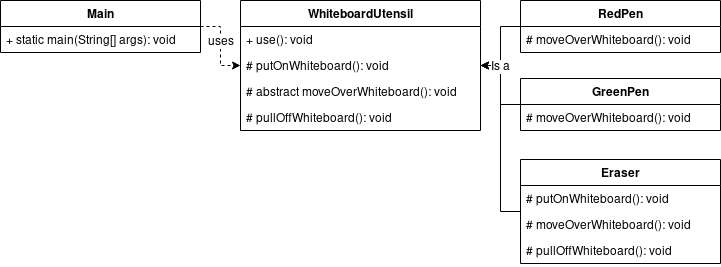
This is TemplateMethodDesignPattern/ClassDiagram.png from Daniel-I-Am/design-patterns-java, a draw.io export, as it was before one commit. Source tidied: cells renumbered, new cells last; positions are measured from the earlier drawing's top-left corner, leaving out a move shared by most shapes.
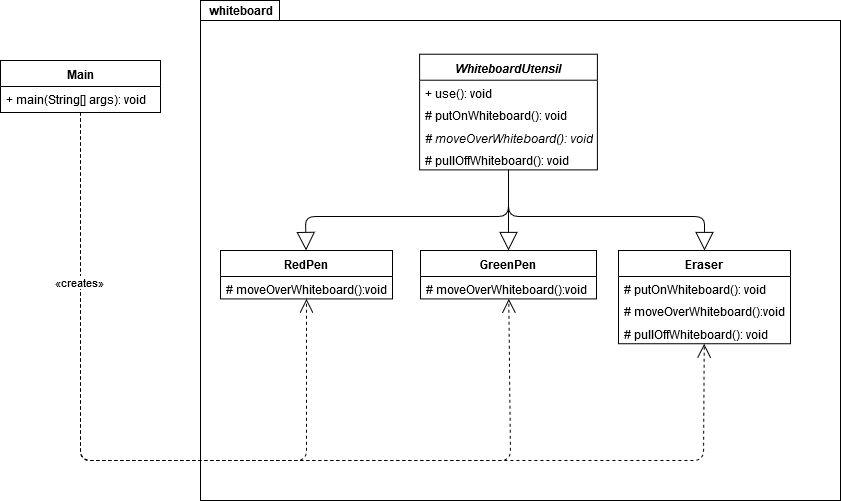
The same file after the commit.

Commit message:
Update Template Method UML

The edit, as a diff of the source:
```diff
@@ -2,77 +2,102 @@
   <root>
     <mxCell id="0" />
     <mxCell id="1" parent="0" />
-    <mxCell id="2" style="edgeStyle=orthogonalEdgeStyle;rounded=0;jettySize=auto;html=1;dashed=1;" parent="1" edge="1" source="4" target="6">
-      <mxGeometry relative="1" as="geometry" />
-    </mxCell>
-    <mxCell id="3" value="uses" style="text;html=1;align=center;verticalAlign=middle;labelBackgroundColor=#ffffff;" parent="2" vertex="1">
-      <mxGeometry x="-0.49" y="-6" relative="1" as="geometry">
-        <mxPoint x="6" y="14" as="offset" />
-      </mxGeometry>
-    </mxCell>
-    <mxCell id="4" value="Main" style="swimlane;fontStyle=1;horizontal=1;startSize=26;fillColor=none;" parent="1" vertex="1">
-      <mxGeometry width="200" height="52" as="geometry" />
-    </mxCell>
-    <mxCell id="5" value="+ static main(String[] args): void" style="text;strokeColor=none;fillColor=none;align=left;verticalAlign=top;spacingLeft=4;spacingRight=4;overflow=hidden;" parent="4" vertex="1">
-      <mxGeometry y="26" width="200" height="26" as="geometry" />
-    </mxCell>
+    <mxCell id="23" style="group;" parent="1" vertex="1">
+      <mxGeometry x="200" y="-60" width="640" height="500" as="geometry" />
+    </mxCell>
+    <mxCell id="24" style="shape=folder;fontStyle=1;spacingTop=10;tabWidth=79;tabHeight=20;tabPosition=left;html=1;" parent="23" vertex="1">
+      <mxGeometry width="640" height="500" as="geometry" />
+    </mxCell>
+    <mxCell id="25" value="whiteboard" style="text;html=1;align=left;verticalAlign=top;spacingTop=-4;fontStyle=1;" parent="23" vertex="1">
+      <mxGeometry x="7.1" y="2.6" width="70" height="20" as="geometry" />
+    </mxCell>
-    <mxCell id="6" value="WhiteboardUtensil" style="swimlane;fontStyle=1;horizontal=1;startSize=26;fillColor=none;" parent="1" vertex="1">
-      <mxGeometry x="240" width="240" height="130" as="geometry" />
+    <mxCell id="6" value="WhiteboardUtensil" style="swimlane;fontStyle=3;align=center;verticalAlign=top;horizontal=1;startSize=26;" parent="23" vertex="1">
+      <mxGeometry x="219.1" y="53.7" width="177.8" height="115.7" as="geometry" />
     </mxCell>
     <mxCell id="7" value="+ use(): void" style="text;strokeColor=none;fillColor=none;align=left;verticalAlign=top;spacingLeft=4;spacingRight=4;overflow=hidden;" parent="6" vertex="1">
-      <mxGeometry y="26" width="240" height="26" as="geometry" />
+      <mxGeometry y="26" width="177.8" height="22.4" as="geometry" />
     </mxCell>
-    <mxCell id="8" value="# putOnWhiteboard(): void" style="text;strokeColor=none;fillColor=none;align=left;verticalAlign=top;spacingLeft=4;spacingRight=4;overflow=hidden;points=[[0,0.5],[1,0.5]];portConstraint=eastwest;" parent="6" vertex="1">
-      <mxGeometry y="52" width="240" height="26" as="geometry" />
-    </mxCell>
-    <mxCell id="9" value="# abstract moveOverWhiteboard(): void" style="text;strokeColor=none;fillColor=none;align=left;verticalAlign=top;spacingLeft=4;spacingRight=4;overflow=hidden;" parent="6" vertex="1">
-      <mxGeometry y="78" width="240" height="26" as="geometry" />
-    </mxCell>
-    <mxCell id="10" value="# pullOffWhiteboard(): void" style="text;strokeColor=none;fillColor=none;align=left;verticalAlign=top;spacingLeft=4;spacingRight=4;overflow=hidden;" parent="6" vertex="1">
-      <mxGeometry y="104" width="240" height="26" as="geometry" />
-    </mxCell>
-    <mxCell id="11" style="edgeStyle=orthogonalEdgeStyle;rounded=0;jettySize=auto;html=1;" parent="1" edge="1" source="12" target="6">
-      <mxGeometry relative="1" as="geometry" />
-    </mxCell>
+    <mxCell id="26" value="# putOnWhiteboard(): void" style="text;strokeColor=none;fillColor=none;align=left;verticalAlign=top;spacingLeft=4;spacingRight=4;overflow=hidden;" parent="6" vertex="1">
+      <mxGeometry y="48.4" width="177.8" height="22.4" as="geometry" />
+    </mxCell>
+    <mxCell id="27" value="# moveOverWhiteboard(): void" style="text;strokeColor=none;fillColor=none;align=left;verticalAlign=top;spacingLeft=4;spacingRight=4;overflow=hidden;fontStyle=2;" parent="6" vertex="1">
+      <mxGeometry y="70.8" width="177.8" height="22.4" as="geometry" />
+    </mxCell>
+    <mxCell id="28" value="# pullOffWhiteboard(): void" style="text;strokeColor=none;fillColor=none;align=left;verticalAlign=top;spacingLeft=4;spacingRight=4;overflow=hidden;" parent="6" vertex="1">
+      <mxGeometry y="93.2" width="177.8" height="22.4" as="geometry" />
+    </mxCell>
-    <mxCell id="12" value="RedPen" style="swimlane;fontStyle=1;horizontal=1;startSize=26;fillColor=none;" parent="1" vertex="1">
-      <mxGeometry x="520" width="200" height="52" as="geometry" />
+    <mxCell id="12" value="RedPen" style="swimlane;fontStyle=1;align=center;verticalAlign=top;horizontal=1;startSize=26;" parent="23" vertex="1">
+      <mxGeometry x="20" y="250" width="172" height="48.4" as="geometry" />
     </mxCell>
-    <mxCell id="13" value="# moveOverWhiteboard(): void" style="text;strokeColor=none;fillColor=none;align=left;verticalAlign=top;spacingLeft=4;spacingRight=4;overflow=hidden;" parent="12" vertex="1">
-      <mxGeometry y="26" width="200" height="26" as="geometry" />
-    </mxCell>
-    <mxCell id="14" style="edgeStyle=orthogonalEdgeStyle;rounded=0;jettySize=auto;html=1;" parent="1" edge="1" source="15" target="6">
-      <mxGeometry relative="1" as="geometry" />
-    </mxCell>
+    <mxCell id="29" value="# moveOverWhiteboard():void" style="text;strokeColor=none;fillColor=none;align=left;verticalAlign=top;spacingLeft=4;spacingRight=4;overflow=hidden;" parent="12" vertex="1">
+      <mxGeometry y="26" width="172" height="22.4" as="geometry" />
+    </mxCell>
-    <mxCell id="15" value="GreenPen" style="swimlane;fontStyle=1;horizontal=1;startSize=26;fillColor=none;" parent="1" vertex="1">
-      <mxGeometry x="520" y="78" width="200" height="52" as="geometry" />
+    <mxCell id="15" value="GreenPen" style="swimlane;fontStyle=1;align=center;verticalAlign=top;horizontal=1;startSize=26;" parent="23" vertex="1">
+      <mxGeometry x="220" y="250" width="176" height="48.4" as="geometry" />
     </mxCell>
-    <mxCell id="16" value="# moveOverWhiteboard(): void" style="text;strokeColor=none;fillColor=none;align=left;verticalAlign=top;spacingLeft=4;spacingRight=4;overflow=hidden;" parent="15" vertex="1">
-      <mxGeometry y="26" width="200" height="26" as="geometry" />
-    </mxCell>
-    <mxCell id="17" style="edgeStyle=orthogonalEdgeStyle;rounded=0;jettySize=auto;html=1;entryX=1;entryY=0.5;entryDx=0;entryDy=0;" parent="1" edge="1" source="19" target="8">
-      <mxGeometry relative="1" as="geometry">
-        <Array as="points">
-          <mxPoint x="500" y="211" />
-          <mxPoint x="500" y="65" />
-        </Array>
-      </mxGeometry>
-    </mxCell>
-    <mxCell id="18" value="Is a" style="text;html=1;align=center;verticalAlign=middle;labelBackgroundColor=#ffffff;" parent="17" vertex="1">
-      <mxGeometry x="-0.17" y="-2" relative="1" as="geometry">
-        <mxPoint x="-2" y="-89" as="offset" />
-      </mxGeometry>
-    </mxCell>
+    <mxCell id="30" value="# moveOverWhiteboard():void" style="text;strokeColor=none;fillColor=none;align=left;verticalAlign=top;spacingLeft=4;spacingRight=4;overflow=hidden;" parent="15" vertex="1">
+      <mxGeometry y="26" width="176" height="22.4" as="geometry" />
+    </mxCell>
-    <mxCell id="19" value="Eraser" style="swimlane;fontStyle=1;horizontal=1;startSize=26;fillColor=none;" parent="1" vertex="1">
-      <mxGeometry x="520" y="159" width="200" height="104" as="geometry" />
+    <mxCell id="19" value="Eraser" style="swimlane;fontStyle=1;align=center;verticalAlign=top;horizontal=1;startSize=26;" parent="23" vertex="1">
+      <mxGeometry x="418" y="250" width="172" height="93.2" as="geometry" />
     </mxCell>
-    <mxCell id="20" value="# putOnWhiteboard(): void" style="text;strokeColor=none;fillColor=none;align=left;verticalAlign=top;spacingLeft=4;spacingRight=4;overflow=hidden;" parent="19" vertex="1">
-      <mxGeometry y="26" width="200" height="26" as="geometry" />
-    </mxCell>
-    <mxCell id="21" value="# moveOverWhiteboard(): void" style="text;strokeColor=none;fillColor=none;align=left;verticalAlign=top;spacingLeft=4;spacingRight=4;overflow=hidden;" parent="19" vertex="1">
-      <mxGeometry y="52" width="200" height="26" as="geometry" />
-    </mxCell>
-    <mxCell id="22" value="# pullOffWhiteboard(): void" style="text;strokeColor=none;fillColor=none;align=left;verticalAlign=top;spacingLeft=4;spacingRight=4;overflow=hidden;" parent="19" vertex="1">
-      <mxGeometry y="78" width="200" height="26" as="geometry" />
-    </mxCell>
+    <mxCell id="31" value="# putOnWhiteboard(): void" style="text;strokeColor=none;fillColor=none;align=left;verticalAlign=top;spacingLeft=4;spacingRight=4;overflow=hidden;" parent="19" vertex="1">
+      <mxGeometry y="26" width="172" height="22.4" as="geometry" />
+    </mxCell>
+    <mxCell id="32" value="# moveOverWhiteboard():void" style="text;strokeColor=none;fillColor=none;align=left;verticalAlign=top;spacingLeft=4;spacingRight=4;overflow=hidden;" parent="19" vertex="1">
+      <mxGeometry y="48.4" width="172" height="22.4" as="geometry" />
+    </mxCell>
+    <mxCell id="33" value="# pullOffWhiteboard(): void" style="text;strokeColor=none;fillColor=none;align=left;verticalAlign=top;spacingLeft=4;spacingRight=4;overflow=hidden;" parent="19" vertex="1">
+      <mxGeometry y="70.8" width="172" height="22.4" as="geometry" />
+    </mxCell>
+    <mxCell id="34" style="endArrow=block;endSize=16;endFill=0;html=1;" parent="23" edge="1" source="6" target="12">
+      <mxGeometry relative="1" as="geometry">
+        <Array as="points">
+          <mxPoint x="308" y="216" />
+          <mxPoint x="105" y="216" />
+        </Array>
+      </mxGeometry>
+    </mxCell>
+    <mxCell id="35" style="endArrow=block;endSize=16;endFill=0;html=1;" parent="23" edge="1" source="6" target="15">
+      <mxGeometry relative="1" as="geometry" />
+    </mxCell>
+    <mxCell id="36" style="endArrow=block;endSize=16;endFill=0;html=1;" parent="23" edge="1" source="6" target="19">
+      <mxGeometry relative="1" as="geometry">
+        <Array as="points">
+          <mxPoint x="308" y="216" />
+          <mxPoint x="504" y="216" />
+        </Array>
+      </mxGeometry>
+    </mxCell>
+    <mxCell id="4" value="Main" style="swimlane;fontStyle=1;align=center;verticalAlign=top;horizontal=1;startSize=26;" parent="1" vertex="1">
+      <mxGeometry width="160" height="52" as="geometry" />
+    </mxCell>
+    <mxCell id="37" value="+ main(String[] args): void" style="text;strokeColor=none;fillColor=none;align=left;verticalAlign=top;spacingLeft=4;spacingRight=4;overflow=hidden;" parent="4" vertex="1">
+      <mxGeometry y="26" width="160" height="26" as="geometry" />
+    </mxCell>
+    <mxCell id="38" style="endArrow=open;endSize=12;dashed=1;html=1;" parent="1" edge="1" source="4" target="12">
+      <mxGeometry x="-0.14" y="10" relative="1" as="geometry">
+        <Array as="points">
+          <mxPoint x="80" y="400" />
+          <mxPoint x="306" y="400" />
+        </Array>
+      </mxGeometry>
+    </mxCell>
+    <mxCell id="39" style="endArrow=open;endSize=12;dashed=1;html=1;" parent="1" edge="1" source="4" target="15">
+      <mxGeometry x="-0.32" y="10" relative="1" as="geometry">
+        <Array as="points">
+          <mxPoint x="80" y="400" />
+          <mxPoint x="510" y="400" />
+        </Array>
+      </mxGeometry>
+    </mxCell>
+    <mxCell id="40" value="«creates»" style="endArrow=open;endSize=12;dashed=1;html=1;" parent="1" edge="1" source="4" target="19">
+      <mxGeometry x="-0.69" relative="1" as="geometry">
+        <Array as="points">
+          <mxPoint x="80" y="400" />
+          <mxPoint x="703" y="400" />
+        </Array>
+      </mxGeometry>
+    </mxCell>
   </root>
 </mxGraphModel>
```
